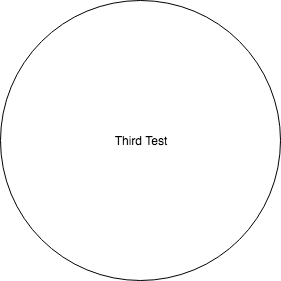
Before: Diagram2.png, a diagram exported from draw.io (foochow94/TestRepo). Source tidied: cells renumbered, new cells last; positions are measured from the earlier drawing's top-left corner, leaving out a move shared by most shapes.
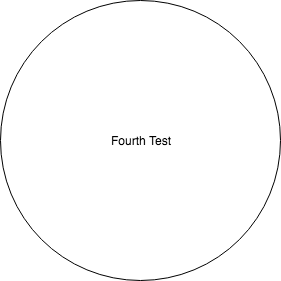
After the commit.

Change to the diagram source:
```diff
@@ -2,7 +2,7 @@
   <root>
     <mxCell id="0" />
     <mxCell id="1" parent="0" />
-    <mxCell id="2" value="Third Test" style="ellipse;whiteSpace=wrap;html=1;" parent="1" vertex="1">
+    <mxCell id="2" value="Fourth Test" style="ellipse;whiteSpace=wrap;html=1;" parent="1" vertex="1">
       <mxGeometry width="280" height="280" as="geometry" />
     </mxCell>
   </root>
```
